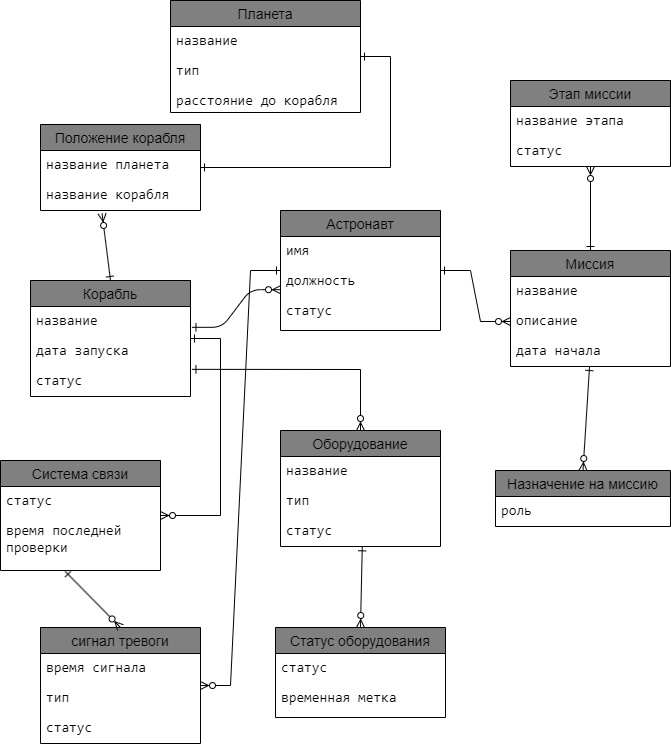
Above: Database/labs/lab1/DatabaseLab1.drawio.png in ivanstylish/ITMO-Study-Note (draw.io), before the change. Source tidied: cells renumbered, new cells last; positions are measured from the earlier drawing's top-left corner, leaving out a move shared by most shapes.
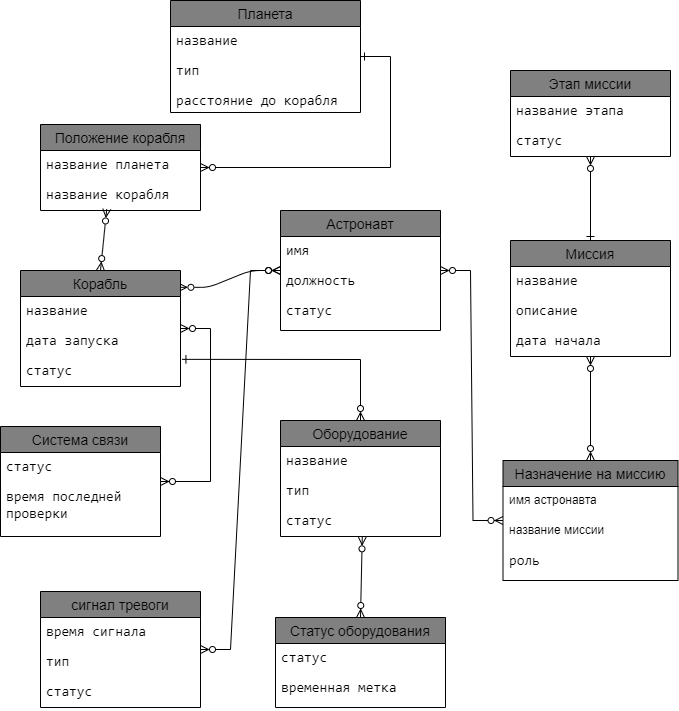
The same file after the commit.

The edit, as a diff of the source:
```diff
@@ -2,14 +2,11 @@
   <root>
     <mxCell id="0" />
     <mxCell id="1" parent="0" />
-    <mxCell id="2" style="edgeStyle=entityRelationEdgeStyle;endArrow=ERzeroToMany;startArrow=ERone;endFill=1;startFill=0;exitX=1.009;exitY=0.154;exitDx=0;exitDy=0;exitPerimeter=0;" parent="1" edge="1">
-      <mxGeometry relative="1" as="geometry">
-        <mxPoint x="191.4" y="326.8" as="sourcePoint" />
-        <mxPoint x="280" y="289.2" as="targetPoint" />
-      </mxGeometry>
+    <mxCell id="2" style="edgeStyle=entityRelationEdgeStyle;endArrow=ERzeroToMany;startArrow=ERzeroToMany;endFill=1;startFill=0;exitX=0.99;exitY=0.145;exitDx=0;exitDy=0;exitPerimeter=0;" parent="1" edge="1" source="3" target="7">
+      <mxGeometry relative="1" as="geometry" />
     </mxCell>
     <mxCell id="3" value="Корабль" style="swimlane;fontStyle=0;horizontal=1;startSize=26;align=center;fontSize=14;labelBackgroundColor=none;labelBorderColor=none;textShadow=0;fillColor=#808080;" parent="1" vertex="1">
-      <mxGeometry x="30" y="280" width="160" height="116" as="geometry" />
+      <mxGeometry x="20" y="280" width="160" height="116" as="geometry" />
     </mxCell>
     <mxCell id="4" value="&lt;span style=&quot;font-size: 10.5pt; font-family: Consolas;&quot;&gt;&lt;font style=&quot;color: rgb(0, 0, 0);&quot;&gt;название&lt;/font&gt;&lt;/span&gt;" style="text;strokeColor=none;fillColor=none;spacingLeft=4;spacingRight=4;overflow=hidden;fontSize=12;whiteSpace=wrap;html=1;align=left;" parent="3" vertex="1">
       <mxGeometry y="26" width="160" height="30" as="geometry" />
@@ -21,7 +18,7 @@
       <mxGeometry y="86" width="160" height="30" as="geometry" />
     </mxCell>
     <mxCell id="7" value="Астронавт" style="swimlane;fontStyle=0;horizontal=1;startSize=26;align=center;fontSize=14;fontColor=default;fillColor=#808080;" parent="1" vertex="1">
-      <mxGeometry x="280" y="210" width="160" height="120" as="geometry" />
+      <mxGeometry x="280" y="220" width="160" height="120" as="geometry" />
     </mxCell>
     <mxCell id="8" value="&lt;span style=&quot;font-size: 10.5pt; font-family: Consolas;&quot;&gt;&lt;font style=&quot;color: rgb(0, 0, 0);&quot;&gt;имя&lt;/font&gt;&lt;/span&gt;" style="text;strokeColor=none;fillColor=none;spacingLeft=4;spacingRight=4;overflow=hidden;fontSize=12;whiteSpace=wrap;html=1;" parent="7" vertex="1">
       <mxGeometry y="26" width="160" height="30" as="geometry" />
@@ -33,7 +30,7 @@
       <mxGeometry y="86" width="160" height="34" as="geometry" />
     </mxCell>
     <mxCell id="11" value="Планета" style="swimlane;fontStyle=0;horizontal=1;startSize=26;align=center;fontSize=14;fillColor=#808080;" parent="1" vertex="1">
-      <mxGeometry x="170" width="190" height="112" as="geometry" />
+      <mxGeometry x="170" y="10" width="190" height="112" as="geometry" />
     </mxCell>
     <mxCell id="12" value="&lt;span style=&quot;font-size: 10.5pt; font-family: Consolas;&quot;&gt;&lt;font style=&quot;color: rgb(0, 0, 0);&quot;&gt;название&lt;/font&gt;&lt;/span&gt;" style="text;strokeColor=none;fillColor=none;spacingLeft=4;spacingRight=4;overflow=hidden;fontSize=12;whiteSpace=wrap;html=1;" parent="11" vertex="1">
       <mxGeometry y="26" width="190" height="30" as="geometry" />
@@ -72,7 +69,7 @@
       <mxGeometry y="86" width="160" height="30" as="geometry" />
     </mxCell>
     <mxCell id="24" value="Система связи" style="swimlane;fontStyle=0;horizontal=1;startSize=26;align=center;fontSize=14;fillColor=#808080;" parent="1" vertex="1">
-      <mxGeometry y="460" width="160" height="110" as="geometry" />
+      <mxGeometry y="436" width="160" height="110" as="geometry" />
     </mxCell>
     <mxCell id="25" value="&lt;span style=&quot;font-size: 10.5pt; font-family: Consolas;&quot;&gt;&lt;font style=&quot;color: rgb(0, 0, 0);&quot;&gt;статус&lt;/font&gt;&lt;/span&gt;" style="text;strokeColor=none;fillColor=none;spacingLeft=4;spacingRight=4;overflow=hidden;fontSize=12;whiteSpace=wrap;html=1;" parent="24" vertex="1">
       <mxGeometry y="26" width="160" height="30" as="geometry" />
@@ -90,7 +87,7 @@
       <mxGeometry y="56" width="170" height="34" as="geometry" />
     </mxCell>
     <mxCell id="30" value="сигнал тревоги" style="swimlane;fontStyle=0;horizontal=1;startSize=26;align=center;fontSize=14;fillColor=#808080;" parent="1" vertex="1">
-      <mxGeometry x="40" y="627" width="160" height="116" as="geometry" />
+      <mxGeometry x="40" y="601" width="160" height="116" as="geometry" />
     </mxCell>
     <mxCell id="31" value="&lt;span style=&quot;font-size: 10.5pt; font-family: Consolas;&quot;&gt;&lt;font style=&quot;color: rgb(0, 0, 0);&quot;&gt;время сигнала&lt;/font&gt;&lt;/span&gt;" style="text;strokeColor=none;fillColor=none;spacingLeft=4;spacingRight=4;overflow=hidden;fontSize=12;whiteSpace=wrap;html=1;" parent="30" vertex="1">
       <mxGeometry y="26" width="160" height="30" as="geometry" />
@@ -102,29 +99,35 @@
       <mxGeometry y="86" width="160" height="30" as="geometry" />
     </mxCell>
     <mxCell id="34" value="Назначение на миссию" style="swimlane;fontStyle=0;horizontal=1;startSize=26;align=center;fontSize=14;fillColor=#808080;" parent="1" vertex="1">
-      <mxGeometry x="495" y="470" width="175" height="56" as="geometry" />
+      <mxGeometry x="502.5" y="470" width="175" height="120" as="geometry" />
     </mxCell>
+    <mxCell id="51" value="имя астронавта" style="text;strokeColor=none;fillColor=none;spacingLeft=4;spacingRight=4;overflow=hidden;fontSize=12;whiteSpace=wrap;html=1;" parent="34" vertex="1">
+      <mxGeometry y="26" width="175" height="30" as="geometry" />
+    </mxCell>
+    <mxCell id="52" value="название миссии" style="text;strokeColor=none;fillColor=none;spacingLeft=4;spacingRight=4;overflow=hidden;fontSize=12;whiteSpace=wrap;html=1;" parent="34" vertex="1">
+      <mxGeometry y="56" width="175" height="30" as="geometry" />
+    </mxCell>
     <mxCell id="35" value="&lt;span style=&quot;font-size: 10.5pt; font-family: Consolas;&quot;&gt;&lt;font style=&quot;color: rgb(0, 0, 0);&quot;&gt;роль&lt;/font&gt;&lt;/span&gt;" style="text;strokeColor=none;fillColor=none;spacingLeft=4;spacingRight=4;overflow=hidden;fontSize=12;whiteSpace=wrap;html=1;" parent="34" vertex="1">
-      <mxGeometry y="26" width="175" height="30" as="geometry" />
+      <mxGeometry y="86" width="175" height="34" as="geometry" />
     </mxCell>
-    <mxCell id="36" style="endArrow=ERzeroToMany;html=1;rounded=0;exitX=0.404;exitY=1.016;exitDx=0;exitDy=0;exitPerimeter=0;entryX=0.5;entryY=0;entryDx=0;entryDy=0;startArrow=ERone;startFill=0;endFill=0;" parent="1" edge="1" source="26" target="30">
-      <mxGeometry relative="1" as="geometry" />
-    </mxCell>
-    <mxCell id="37" style="endArrow=ERzeroToMany;html=1;rounded=0;entryX=0.5;entryY=0;entryDx=0;entryDy=0;startArrow=ERone;startFill=0;endFill=0;" parent="1" edge="1" source="23" target="34">
+    <mxCell id="37" style="endArrow=ERzeroToMany;html=1;rounded=0;entryX=0.5;entryY=0;entryDx=0;entryDy=0;startArrow=ERzeroToMany;startFill=0;endFill=0;" parent="1" edge="1" source="23" target="34">
       <mxGeometry relative="1" as="geometry" />
     </mxCell>
-    <mxCell id="38" style="endArrow=ERzeroToMany;html=1;rounded=0;exitX=0.511;exitY=1.011;exitDx=0;exitDy=0;exitPerimeter=0;entryX=0.5;entryY=0;entryDx=0;entryDy=0;startArrow=ERone;startFill=0;endFill=0;" parent="1" edge="1" source="18" target="27">
+    <mxCell id="38" style="endArrow=ERzeroToMany;html=1;rounded=0;exitX=0.511;exitY=1.011;exitDx=0;exitDy=0;exitPerimeter=0;entryX=0.5;entryY=0;entryDx=0;entryDy=0;startArrow=ERzeroToMany;startFill=0;endFill=0;" parent="1" edge="1" source="18" target="27">
       <mxGeometry relative="1" as="geometry" />
     </mxCell>
-    <mxCell id="39" style="edgeStyle=entityRelationEdgeStyle;fontSize=12;html=1;endArrow=ERzeroToMany;startArrow=ERone;rounded=0;entryX=0;entryY=0.5;entryDx=0;entryDy=0;startFill=0;" parent="1" edge="1" source="7" target="22">
+    <mxCell id="39" style="edgeStyle=entityRelationEdgeStyle;fontSize=12;html=1;endArrow=ERzeroToMany;startArrow=ERzeroToMany;rounded=0;startFill=0;" parent="1" edge="1" source="7" target="34">
       <mxGeometry relative="1" as="geometry">
         <Array as="points">
           <mxPoint x="340" y="400" />
+          <mxPoint x="490" y="321" />
+          <mxPoint x="500" y="360" />
+          <mxPoint x="500" y="350" />
         </Array>
       </mxGeometry>
     </mxCell>
     <mxCell id="40" value="Положение корабля" style="swimlane;fontStyle=0;horizontal=1;startSize=26;align=center;fontSize=14;fillColor=light-dark(#808080,var(--ge-dark-color, #121212));" parent="1" vertex="1">
-      <mxGeometry x="40" y="124" width="160" height="86" as="geometry" />
+      <mxGeometry x="40" y="134" width="160" height="86" as="geometry" />
     </mxCell>
     <mxCell id="41" value="&lt;span style=&quot;font-family: Consolas; font-size: 14px;&quot;&gt;название планета&lt;/span&gt;" style="text;strokeColor=none;fillColor=none;spacingLeft=4;spacingRight=4;overflow=hidden;fontSize=12;whiteSpace=wrap;html=1;" parent="40" vertex="1">
       <mxGeometry y="26" width="160" height="30" as="geometry" />
@@ -132,16 +135,16 @@
     <mxCell id="42" value="&lt;span style=&quot;font-family: Consolas; font-size: 14px;&quot;&gt;название корабля&lt;/span&gt;" style="text;strokeColor=none;fillColor=none;spacingLeft=4;spacingRight=4;overflow=hidden;points=[[0,0.5],[1,0.5]];portConstraint=eastwest;fontSize=12;whiteSpace=wrap;html=1;" parent="40" vertex="1">
       <mxGeometry y="56" width="160" height="30" as="geometry" />
     </mxCell>
-    <mxCell id="43" style="edgeStyle=entityRelationEdgeStyle;fontSize=12;html=1;endArrow=ERzeroToMany;startArrow=ERone;rounded=0;startFill=0;" parent="1" edge="1" source="3" target="24">
+    <mxCell id="43" style="edgeStyle=entityRelationEdgeStyle;fontSize=12;html=1;endArrow=ERzeroToMany;startArrow=ERzeroToMany;rounded=0;startFill=0;" parent="1" edge="1" source="3" target="24">
       <mxGeometry relative="1" as="geometry" />
     </mxCell>
-    <mxCell id="44" style="edgeStyle=entityRelationEdgeStyle;fontSize=12;html=1;endArrow=ERone;startArrow=ERone;rounded=0;startFill=0;endFill=0;" parent="1" edge="1" source="40" target="11">
+    <mxCell id="44" style="edgeStyle=entityRelationEdgeStyle;fontSize=12;html=1;endArrow=ERone;startArrow=ERzeroToMany;rounded=0;startFill=0;endFill=0;" parent="1" edge="1" source="40" target="11">
       <mxGeometry relative="1" as="geometry" />
     </mxCell>
-    <mxCell id="45" style="edgeStyle=entityRelationEdgeStyle;fontSize=12;html=1;endArrow=ERone;endFill=0;rounded=0;startArrow=ERzeroToMany;startFill=0;" parent="1" edge="1" source="30" target="7">
+    <mxCell id="45" style="edgeStyle=entityRelationEdgeStyle;fontSize=12;html=1;endArrow=ERzeroToMany;endFill=0;rounded=0;startArrow=ERzeroToMany;startFill=0;" parent="1" edge="1" source="30" target="7">
       <mxGeometry relative="1" as="geometry" />
     </mxCell>
-    <mxCell id="46" style="endArrow=ERone;html=1;rounded=0;entryX=0.5;entryY=0;entryDx=0;entryDy=0;exitX=0.385;exitY=1.102;exitDx=0;exitDy=0;exitPerimeter=0;startArrow=ERzeroToMany;startFill=0;endFill=0;" parent="1" edge="1" source="42" target="3">
+    <mxCell id="46" style="endArrow=ERzeroToMany;html=1;rounded=0;entryX=0.5;entryY=0;entryDx=0;entryDy=0;exitX=0.414;exitY=0.951;exitDx=0;exitDy=0;exitPerimeter=0;startArrow=ERzeroToMany;startFill=0;endFill=0;" parent="1" edge="1" source="42" target="3">
       <mxGeometry relative="1" as="geometry" />
     </mxCell>
     <mxCell id="47" value="Этап миссии" style="swimlane;fontStyle=0;horizontal=1;startSize=26;align=center;fontSize=14;fillColor=#808080;" parent="1" vertex="1">
```
